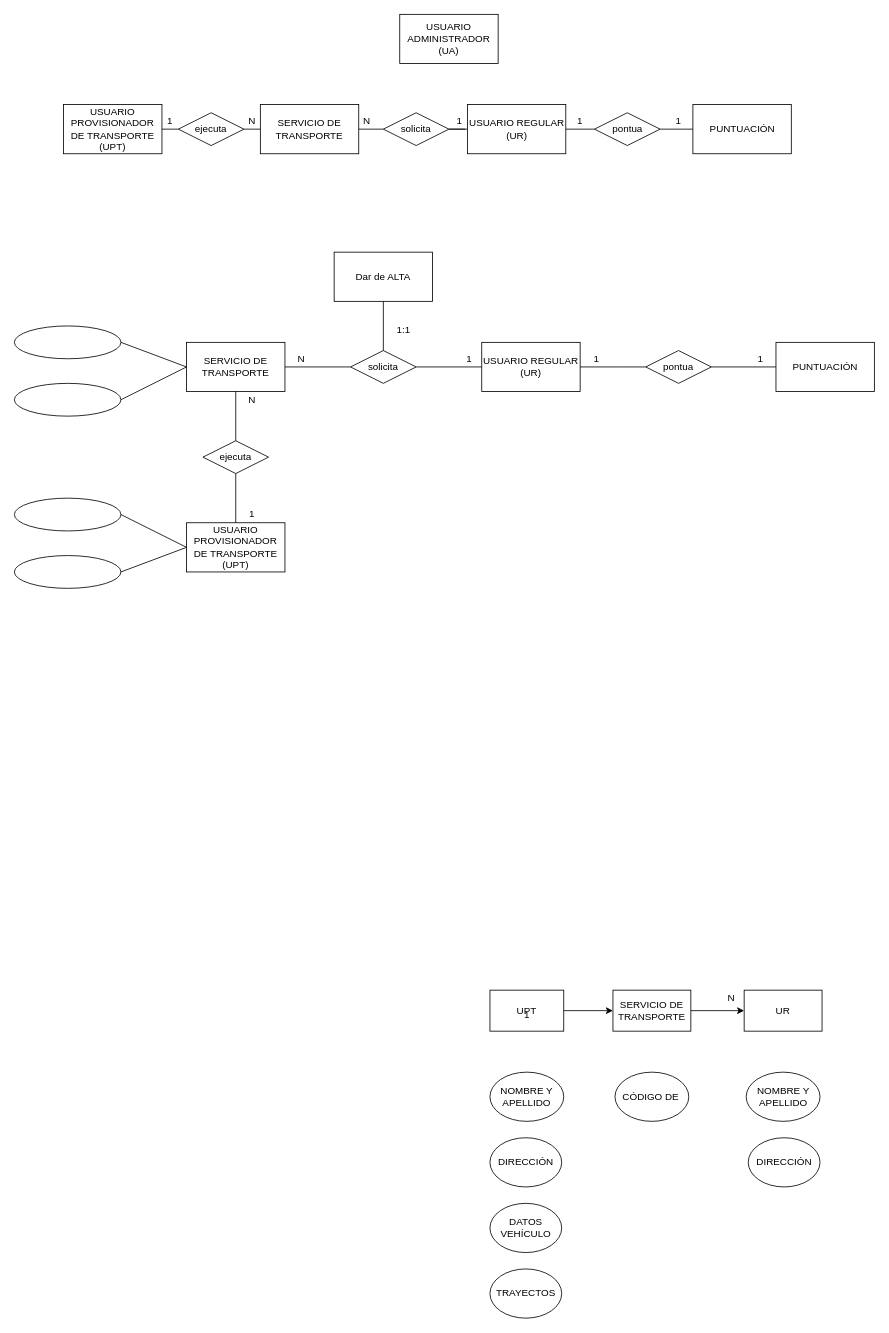
The draw.io diagram Diagrama sin título.drawio in projects-assignments/mudapp-grupo-3, before the edit. Source tidied: cells renumbered, new cells numbered last; positions are measured from the earlier drawing's top-left corner, leaving out a move shared by most shapes. Both pictures are drawn from the tidied source at 82%, with x=0, y=0 at pixel (14, 14).
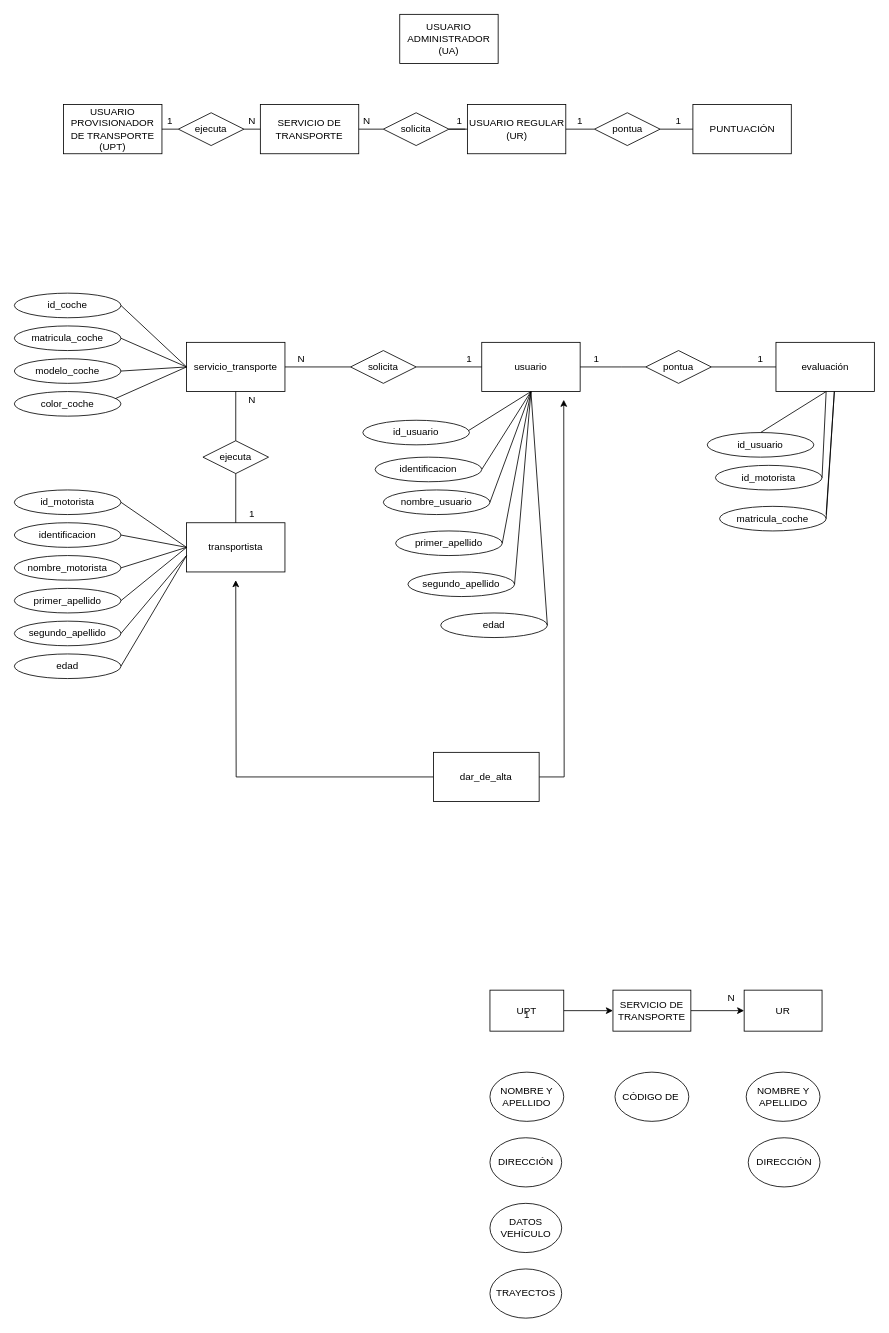
Above is the later version.

The change refers to these unchanged cells:
```xml
<mxCell id="40" value="solicita" style="rhombus;whiteSpace=wrap;html=1;labelBackgroundColor=none;" parent="1" vertex="1">
  <mxGeometry x="410" y="410" width="80" height="40" as="geometry" />
</mxCell>
```

Change to the diagram source:
```diff
@@
-    <mxCell id="37" value="SERVICIO DE TRANSPORTE" style="rounded=0;whiteSpace=wrap;html=1;labelBackgroundColor=none;" parent="1" vertex="1">
+    <mxCell id="37" value="servicio_transporte" style="rounded=0;whiteSpace=wrap;html=1;labelBackgroundColor=none;" parent="1" vertex="1">
       <mxGeometry x="210" y="400" width="120" height="60" as="geometry" />
     </mxCell>
@@
-    <mxCell id="39" value="USUARIO PROVISIONADOR DE TRANSPORTE (UPT)" style="rounded=0;whiteSpace=wrap;html=1;labelBackgroundColor=none;" parent="1" vertex="1">
+    <mxCell id="39" value="transportista" style="rounded=0;whiteSpace=wrap;html=1;labelBackgroundColor=none;" parent="1" vertex="1">
       <mxGeometry x="210" y="620" width="120" height="60" as="geometry" />
     </mxCell>
@@
-    <mxCell id="41" value="USUARIO REGULAR (UR)" style="rounded=0;whiteSpace=wrap;html=1;labelBackgroundColor=none;" parent="1" vertex="1">
+    <mxCell id="41" value="usuario" style="rounded=0;whiteSpace=wrap;html=1;labelBackgroundColor=none;" parent="1" vertex="1">
       <mxGeometry x="570" y="400" width="120" height="60" as="geometry" />
     </mxCell>
@@
-    <mxCell id="52" value="PUNTUACIÓN" style="rounded=0;whiteSpace=wrap;html=1;labelBackgroundColor=none;" parent="1" vertex="1">
+    <mxCell id="52" value="evaluación" style="rounded=0;whiteSpace=wrap;html=1;labelBackgroundColor=none;" parent="1" vertex="1">
       <mxGeometry x="928.8" y="400" width="120" height="60" as="geometry" />
     </mxCell>
@@
+    <mxCell id="66" style="edgeStyle=orthogonalEdgeStyle;rounded=0;jettySize=auto;html=1;" parent="1" edge="1" source="54">
+      <mxGeometry relative="1" as="geometry">
+        <mxPoint x="670" y="470" as="targetPoint" />
+      </mxGeometry>
+    </mxCell>
+    <mxCell id="67" style="edgeStyle=orthogonalEdgeStyle;rounded=0;jettySize=auto;html=1;" parent="1" edge="1" source="54">
+      <mxGeometry relative="1" as="geometry">
+        <mxPoint x="270" y="690" as="targetPoint" />
+      </mxGeometry>
+    </mxCell>
-    <mxCell id="54" value="Dar de ALTA" style="rounded=0;whiteSpace=wrap;html=1;labelBackgroundColor=none;" parent="1" vertex="1">
-      <mxGeometry x="390" y="290" width="120" height="60" as="geometry" />
+    <mxCell id="54" value="dar_de_alta" style="rounded=0;whiteSpace=wrap;html=1;labelBackgroundColor=none;" parent="1" vertex="1">
+      <mxGeometry x="511.2" y="900" width="128.8" height="60" as="geometry" />
     </mxCell>
-    <mxCell id="55" style="endArrow=none;html=1;rounded=0;entryX=0.5;entryY=1;entryDx=0;entryDy=0;exitX=0.5;exitY=0;exitDx=0;exitDy=0;labelBackgroundColor=none;fontColor=default;" parent="1" edge="1" source="40" target="54">
-      <mxGeometry relative="1" as="geometry" />
-    </mxCell>
-    <mxCell id="56" value="1:1" style="text;html=1;strokeColor=none;fillColor=none;align=center;verticalAlign=middle;whiteSpace=wrap;rounded=0;labelBackgroundColor=none;" parent="1" vertex="1">
-      <mxGeometry x="460" y="370" width="30" height="30" as="geometry" />
-    </mxCell>
@@
-    <mxCell id="61" style="ellipse;whiteSpace=wrap;html=1;labelBackgroundColor=none;" parent="1" vertex="1">
-      <mxGeometry y="380" width="130" height="40" as="geometry" />
+    <mxCell id="61" value="id_coche" style="ellipse;whiteSpace=wrap;html=1;labelBackgroundColor=none;" parent="1" vertex="1">
+      <mxGeometry y="340" width="130" height="30" as="geometry" />
     </mxCell>
-    <mxCell id="62" style="ellipse;whiteSpace=wrap;html=1;labelBackgroundColor=none;" parent="1" vertex="1">
-      <mxGeometry y="660" width="130" height="40" as="geometry" />
-    </mxCell>
-    <mxCell id="63" style="ellipse;whiteSpace=wrap;html=1;labelBackgroundColor=none;" parent="1" vertex="1">
-      <mxGeometry y="590" width="130" height="40" as="geometry" />
-    </mxCell>
-    <mxCell id="64" style="ellipse;whiteSpace=wrap;html=1;labelBackgroundColor=none;" parent="1" vertex="1">
-      <mxGeometry y="450" width="130" height="40" as="geometry" />
+    <mxCell id="64" value="matricula_coche" style="ellipse;whiteSpace=wrap;html=1;labelBackgroundColor=none;" parent="1" vertex="1">
+      <mxGeometry y="380" width="130" height="30" as="geometry" />
     </mxCell>
-    <mxCell id="65" style="endArrow=none;html=1;rounded=0;exitX=1;exitY=0.5;exitDx=0;exitDy=0;entryX=1;entryY=0.5;entryDx=0;entryDy=0;labelBackgroundColor=none;fontColor=default;" parent="1" edge="1" source="62" target="63">
+    <mxCell id="65" style="endArrow=none;html=1;rounded=0;labelBackgroundColor=none;fontColor=default;entryX=1;entryY=0.5;entryDx=0;entryDy=0;exitX=1;exitY=0.5;exitDx=0;exitDy=0;" parent="1" edge="1" source="78" target="71">
       <mxGeometry relative="1" as="geometry">
         <Array as="points">
           <mxPoint x="210" y="650" />
         </Array>
       </mxGeometry>
     </mxCell>
+    <mxCell id="68" value="modelo_coche" style="ellipse;whiteSpace=wrap;html=1;labelBackgroundColor=none;" parent="1" vertex="1">
+      <mxGeometry y="420" width="130" height="30" as="geometry" />
+    </mxCell>
+    <mxCell id="69" style="endArrow=none;html=1;rounded=0;entryX=1;entryY=0.5;entryDx=0;entryDy=0;" parent="1" edge="1" target="68">
+      <mxGeometry relative="1" as="geometry">
+        <mxPoint x="120" y="470" as="sourcePoint" />
+        <Array as="points">
+          <mxPoint x="210" y="430" />
+        </Array>
+      </mxGeometry>
+    </mxCell>
+    <mxCell id="70" value="color_coche" style="ellipse;whiteSpace=wrap;html=1;labelBackgroundColor=none;" parent="1" vertex="1">
+      <mxGeometry y="460" width="130" height="30" as="geometry" />
+    </mxCell>
+    <mxCell id="71" value="id_motorista" style="ellipse;whiteSpace=wrap;html=1;labelBackgroundColor=none;" parent="1" vertex="1">
+      <mxGeometry y="580" width="130" height="30" as="geometry" />
+    </mxCell>
+    <mxCell id="72" value="segundo_apellido" style="ellipse;whiteSpace=wrap;html=1;labelBackgroundColor=none;" parent="1" vertex="1">
+      <mxGeometry y="740" width="130" height="30" as="geometry" />
+    </mxCell>
+    <mxCell id="73" value="primer_apellido" style="ellipse;whiteSpace=wrap;html=1;labelBackgroundColor=none;" parent="1" vertex="1">
+      <mxGeometry y="700" width="130" height="30" as="geometry" />
+    </mxCell>
+    <mxCell id="74" value="nombre_motorista" style="ellipse;whiteSpace=wrap;html=1;labelBackgroundColor=none;" parent="1" vertex="1">
+      <mxGeometry y="660" width="130" height="30" as="geometry" />
+    </mxCell>
+    <mxCell id="75" style="endArrow=none;html=1;rounded=0;entryX=1;entryY=0.5;entryDx=0;entryDy=0;exitX=1;exitY=0.5;exitDx=0;exitDy=0;" parent="1" edge="1" source="77" target="72">
+      <mxGeometry relative="1" as="geometry">
+        <Array as="points">
+          <mxPoint x="210" y="660" />
+        </Array>
+      </mxGeometry>
+    </mxCell>
+    <mxCell id="76" style="endArrow=none;html=1;rounded=0;entryX=1;entryY=0.5;entryDx=0;entryDy=0;" parent="1" edge="1" target="85">
+      <mxGeometry relative="1" as="geometry">
+        <mxPoint x="550" y="510" as="sourcePoint" />
+        <Array as="points">
+          <mxPoint x="630" y="460" />
+        </Array>
+      </mxGeometry>
+    </mxCell>
+    <mxCell id="77" value="edad" style="ellipse;whiteSpace=wrap;html=1;labelBackgroundColor=none;" parent="1" vertex="1">
+      <mxGeometry y="780" width="130" height="30" as="geometry" />
+    </mxCell>
+    <mxCell id="78" value="identificacion" style="ellipse;whiteSpace=wrap;html=1;labelBackgroundColor=none;" parent="1" vertex="1">
+      <mxGeometry y="620" width="130" height="30" as="geometry" />
+    </mxCell>
+    <mxCell id="79" style="endArrow=none;html=1;rounded=0;exitX=1;exitY=0.5;exitDx=0;exitDy=0;entryX=1;entryY=0.5;entryDx=0;entryDy=0;" parent="1" edge="1" source="73" target="74">
+      <mxGeometry relative="1" as="geometry">
+        <Array as="points">
+          <mxPoint x="210" y="650" />
+        </Array>
+      </mxGeometry>
+    </mxCell>
+    <mxCell id="80" value="id_usuario" style="ellipse;whiteSpace=wrap;html=1;labelBackgroundColor=none;" parent="1" vertex="1">
+      <mxGeometry x="425" y="495" width="130" height="30" as="geometry" />
+    </mxCell>
+    <mxCell id="81" value="segundo_apellido" style="ellipse;whiteSpace=wrap;html=1;labelBackgroundColor=none;" parent="1" vertex="1">
+      <mxGeometry x="480" y="680" width="130" height="30" as="geometry" />
+    </mxCell>
+    <mxCell id="82" value="primer_apellido" style="ellipse;whiteSpace=wrap;html=1;labelBackgroundColor=none;" parent="1" vertex="1">
+      <mxGeometry x="465" y="630" width="130" height="30" as="geometry" />
+    </mxCell>
+    <mxCell id="83" value="nombre_usuario" style="ellipse;whiteSpace=wrap;html=1;labelBackgroundColor=none;" parent="1" vertex="1">
+      <mxGeometry x="450" y="580" width="130" height="30" as="geometry" />
+    </mxCell>
+    <mxCell id="84" value="edad" style="ellipse;whiteSpace=wrap;html=1;labelBackgroundColor=none;" parent="1" vertex="1">
+      <mxGeometry x="520" y="730" width="130" height="30" as="geometry" />
+    </mxCell>
+    <mxCell id="85" value="identificacion" style="ellipse;whiteSpace=wrap;html=1;labelBackgroundColor=none;" parent="1" vertex="1">
+      <mxGeometry x="440" y="540" width="130" height="30" as="geometry" />
+    </mxCell>
+    <mxCell id="86" style="endArrow=none;html=1;rounded=0;exitX=1;exitY=0.5;exitDx=0;exitDy=0;entryX=1;entryY=0.5;entryDx=0;entryDy=0;" parent="1" edge="1" source="83" target="82">
+      <mxGeometry relative="1" as="geometry">
+        <Array as="points">
+          <mxPoint x="630" y="460" />
+        </Array>
+      </mxGeometry>
+    </mxCell>
+    <mxCell id="87" style="endArrow=none;html=1;rounded=0;exitX=1;exitY=0.5;exitDx=0;exitDy=0;entryX=1;entryY=0.5;entryDx=0;entryDy=0;" parent="1" edge="1" source="81" target="84">
+      <mxGeometry relative="1" as="geometry">
+        <Array as="points">
+          <mxPoint x="630" y="460" />
+        </Array>
+      </mxGeometry>
+    </mxCell>
+    <mxCell id="88" value="id_usuario" style="ellipse;whiteSpace=wrap;html=1;labelBackgroundColor=none;" parent="1" vertex="1">
+      <mxGeometry x="845" y="510" width="130" height="30" as="geometry" />
+    </mxCell>
+    <mxCell id="89" value="id_motorista" style="ellipse;whiteSpace=wrap;html=1;labelBackgroundColor=none;" parent="1" vertex="1">
+      <mxGeometry x="855" y="550" width="130" height="30" as="geometry" />
+    </mxCell>
+    <mxCell id="90" value="matricula_coche" style="ellipse;whiteSpace=wrap;html=1;labelBackgroundColor=none;" parent="1" vertex="1">
+      <mxGeometry x="860" y="600" width="130" height="30" as="geometry" />
+    </mxCell>
+    <mxCell id="91" style="endArrow=none;html=1;rounded=0;exitX=0.5;exitY=0;exitDx=0;exitDy=0;entryX=1;entryY=0.5;entryDx=0;entryDy=0;" parent="1" edge="1" source="88" target="89">
+      <mxGeometry relative="1" as="geometry">
+        <Array as="points">
+          <mxPoint x="990" y="460" />
+        </Array>
+      </mxGeometry>
+    </mxCell>
+    <mxCell id="92" style="endArrow=none;html=1;rounded=0;exitX=1;exitY=0.5;exitDx=0;exitDy=0;" parent="1" edge="1" source="90">
+      <mxGeometry relative="1" as="geometry">
+        <mxPoint x="990" y="610" as="targetPoint" />
+        <Array as="points">
+          <mxPoint x="1000" y="460" />
+        </Array>
+      </mxGeometry>
+    </mxCell>
```
